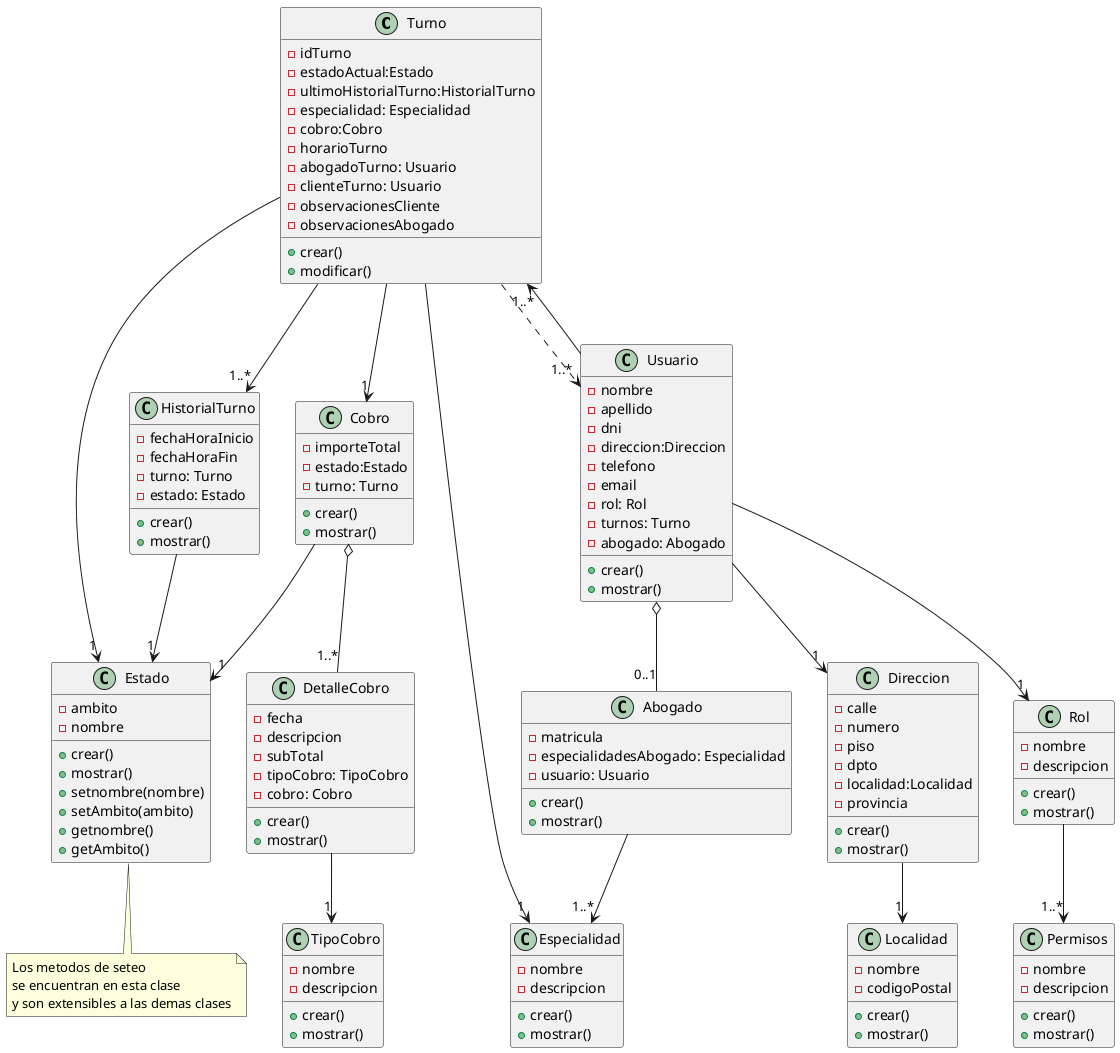
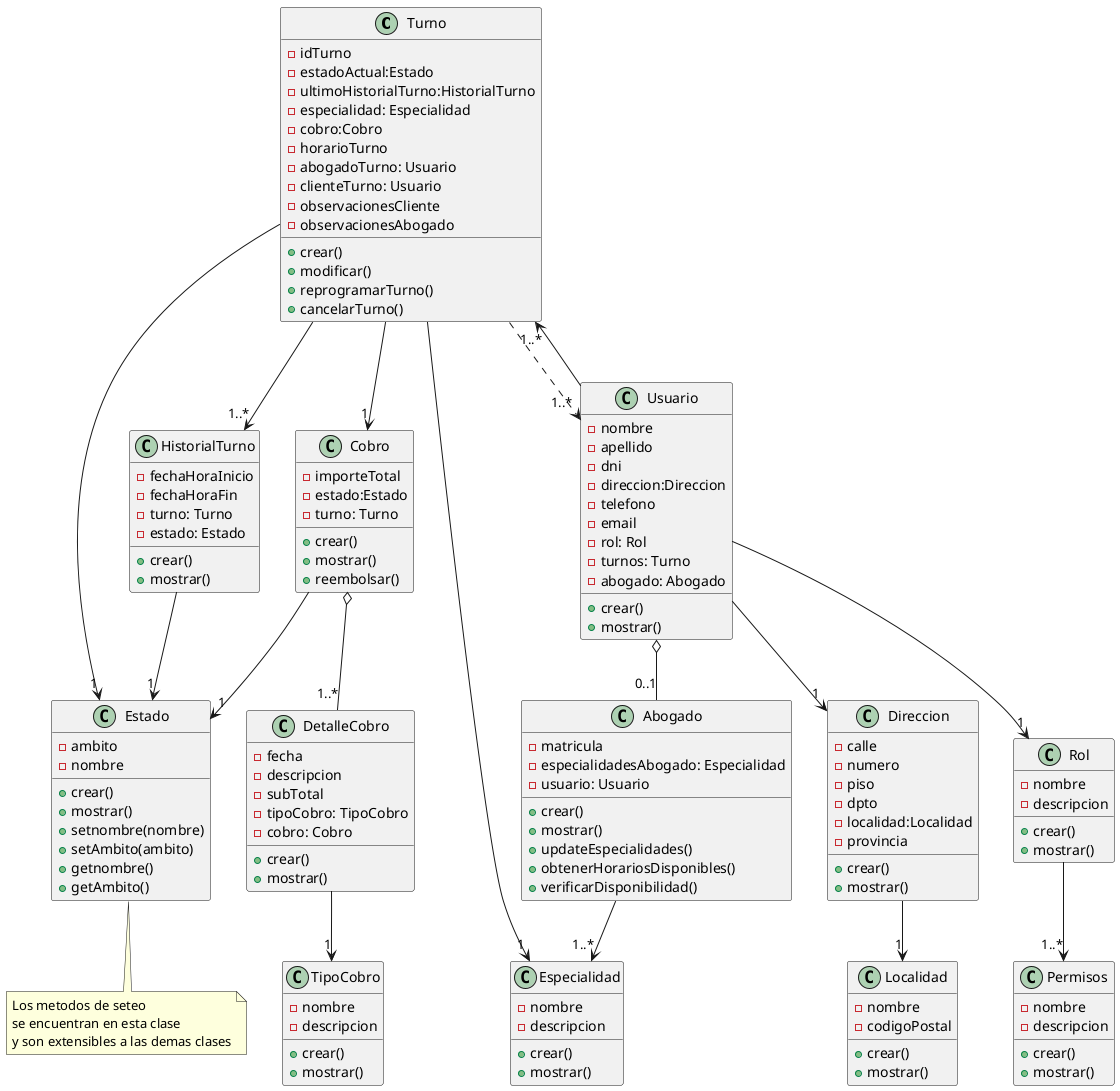
@startuml Diagrama de Clases
class Turno {
    - idTurno
    - estadoActual:Estado
    - ultimoHistorialTurno:HistorialTurno
    - especialidad: Especialidad
    - cobro:Cobro
    - horarioTurno
    - abogadoTurno: Usuario
    - clienteTurno: Usuario
    - observacionesCliente
    - observacionesAbogado
    + crear()
    + modificar()
+     + reprogramarTurno()
+     + cancelarTurno()
}
Turno --> "1"Cobro
Turno -> "1" Estado
Turno -->"1..*" HistorialTurno
Turno --> "1" Especialidad
Turno ..> "1..*"Usuario

class Especialidad {
    - nombre
    - descripcion
    + crear()
    + mostrar()
}

class Usuario{
    - nombre
    - apellido
    - dni
    - direccion:Direccion
    - telefono
    - email
    - rol: Rol
    - turnos: Turno
    - abogado: Abogado
    + crear()
    + mostrar()
}

Usuario -->"1" Direccion
Usuario -->"1" Rol
Usuario -->"1..*" Turno
Usuario o--"0..1" Abogado

class Rol{
    - nombre
    - descripcion
    + crear()
    + mostrar()
}

Rol--> "1..*" Permisos

class Permisos {
    - nombre
    - descripcion
    + crear()
    + mostrar()
}

class Abogado {
    - matricula
    - especialidadesAbogado: Especialidad
    - usuario: Usuario
    + crear()
    + mostrar()
+     + updateEspecialidades()
+     + obtenerHorariosDisponibles()
+     + verificarDisponibilidad()
}

Abogado -->"1..*" Especialidad

class HistorialTurno{
    - fechaHoraInicio
    - fechaHoraFin
    - turno: Turno
    - estado: Estado
    + crear()
    + mostrar()
}

HistorialTurno -->"1" Estado

class Cobro {
    - importeTotal
    - estado:Estado
    - turno: Turno
    + crear()
    + mostrar()
+     + reembolsar()
}

Cobro o--"1..*" DetalleCobro
Cobro -->"1" Estado

class DetalleCobro {
    - fecha
    - descripcion
    - subTotal
    - tipoCobro: TipoCobro
    - cobro: Cobro
    + crear()
    + mostrar()
}

DetalleCobro --> "1" TipoCobro

class TipoCobro {
    - nombre
    - descripcion
    + crear()
    + mostrar()
}

class Estado{
    - ambito
    - nombre
    + crear()
    + mostrar()
    + setnombre(nombre)
    + setAmbito(ambito)
    + getnombre()
    + getAmbito()
}

note bottom of Estado : Los metodos de seteo \nse encuentran en esta clase \ny son extensibles a las demas clases

class Direccion{
    - calle
    - numero
    - piso
    - dpto
    - localidad:Localidad
    - provincia
    + crear()
    + mostrar()
}

Direccion -->"1" Localidad

class Localidad{
    - nombre
    - codigoPostal
    + crear()
    + mostrar()
}

@enduml